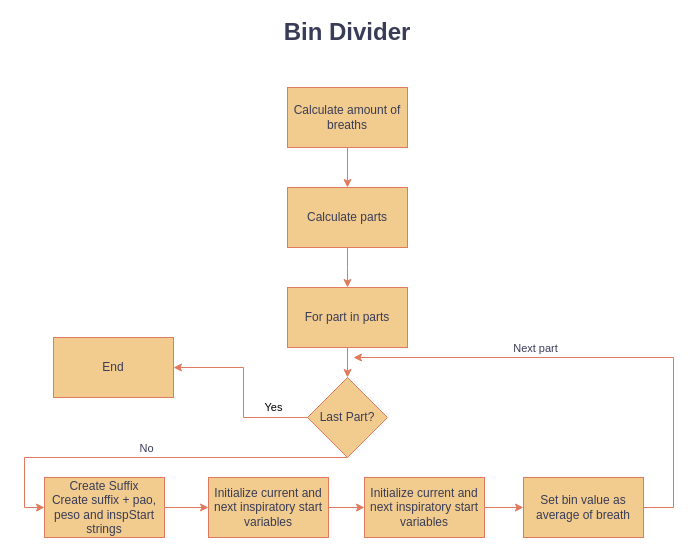
Before: Figures/Bin_Divider_Flowchart.drawio in lleuch18/P9, a draw.io diagram. Source tidied: cells renumbered, new cells numbered last; positions are measured from the earlier drawing's top-left corner, leaving out a move shared by most shapes. Both pictures are drawn from the tidied source at 100%, with x=0, y=0 at pixel (24, 17).
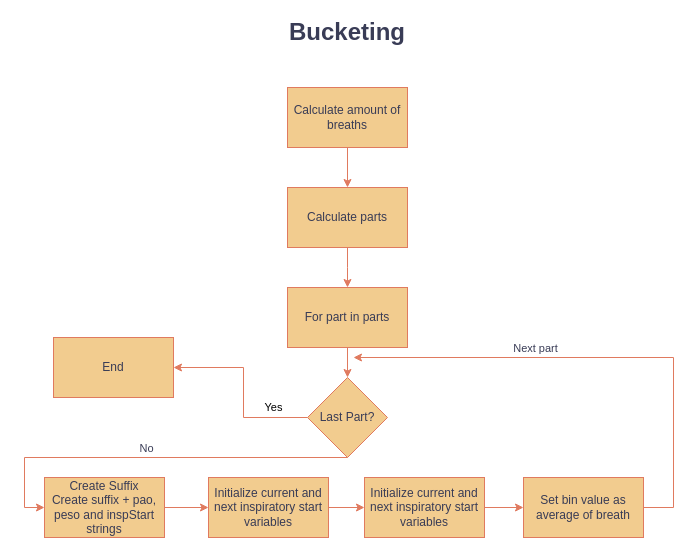
After the change.

Change to the diagram source:
```diff
@@
-    <mxCell id="4" value="Bin Divider" style="text;html=1;strokeColor=none;fillColor=none;align=center;verticalAlign=middle;whiteSpace=wrap;rounded=0;fontSize=24;fontStyle=1;labelBackgroundColor=none;fontColor=#393C56;" parent="1" vertex="1">
+    <mxCell id="4" value="Bucketing" style="text;html=1;strokeColor=none;fillColor=none;align=center;verticalAlign=middle;whiteSpace=wrap;rounded=0;fontSize=24;fontStyle=1;labelBackgroundColor=none;fontColor=#393C56;" parent="1" vertex="1">
       <mxGeometry x="248" width="150" height="30" as="geometry" />
     </mxCell>
```
